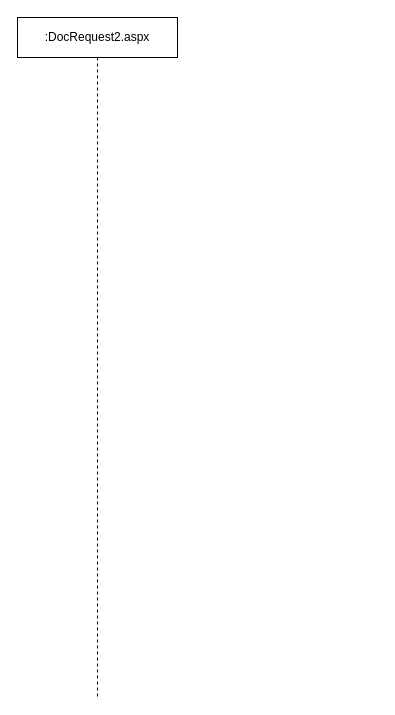
Above: portal/DocRequest2.aspx/DocRequest2.Save().drawio in davyd0ff/so-line-grls (draw.io), before the change. Source tidied: cells renumbered, new cells numbered last; positions are measured from the earlier drawing's top-left corner, leaving out a move shared by most shapes. Both pictures are drawn from the tidied source at 100%, with x=0, y=0 at pixel (17, 17).
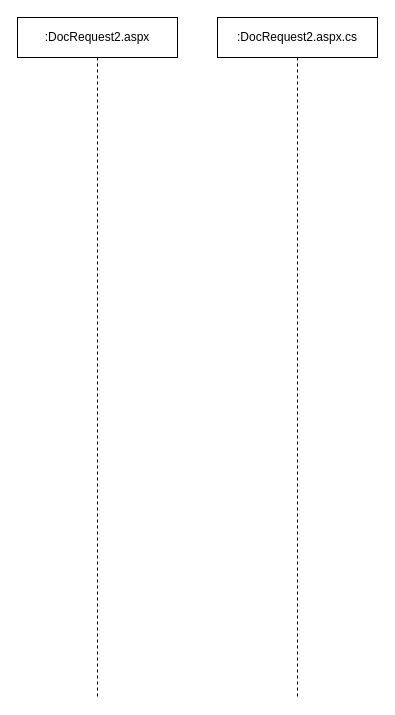
The same diagram, later.

Diff of the diagram source:
```diff
@@
 <mxGraphModel>
   <root>
     <mxCell id="0" />
     <mxCell id="1" parent="0" />
     <mxCell id="2" value=":DocRequest2.aspx" style="shape=umlLifeline;perimeter=lifelinePerimeter;whiteSpace=wrap;html=1;" parent="1" vertex="1">
       <mxGeometry width="160" height="680" as="geometry" />
     </mxCell>
+    <mxCell id="3" value=":DocRequest2.aspx.cs" style="shape=umlLifeline;perimeter=lifelinePerimeter;whiteSpace=wrap;html=1;" parent="1" vertex="1">
+      <mxGeometry x="200" width="160" height="680" as="geometry" />
+    </mxCell>
   </root>
 </mxGraphModel>
```
